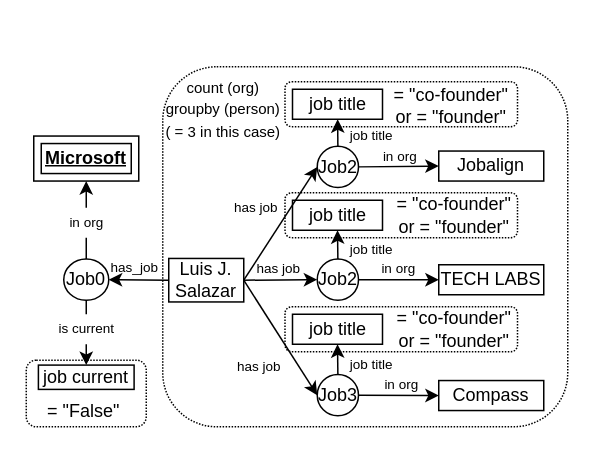
The draw.io diagram complicated_example.drawio in SilvesterYu/FinQA_Vis, before the edit. Source tidied: cells renumbered, new cells numbered last; positions are measured from the earlier drawing's top-left corner, leaving out a move shared by most shapes. Both pictures are drawn from the tidied source at 150%, with x=0, y=0 at pixel (26, 66).
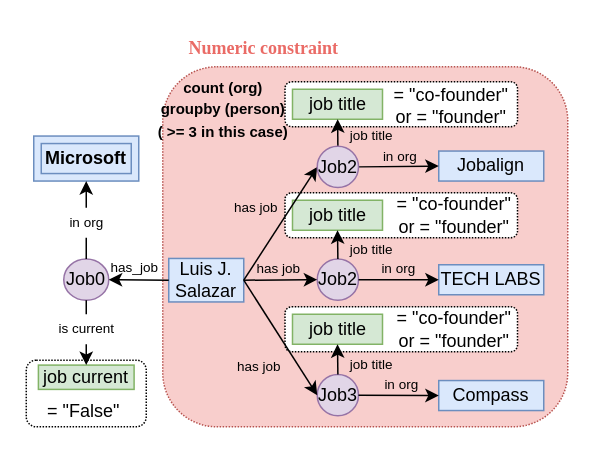
The same diagram, later.

What changed in the source:
```diff
@@
-    <mxCell id="2" style="rounded=1;whiteSpace=wrap;html=1;dashed=1;dashPattern=1 1;" parent="1" vertex="1">
+    <mxCell id="2" style="rounded=1;whiteSpace=wrap;html=1;dashed=1;dashPattern=1 1;fillColor=#f8cecc;strokeColor=#b85450;" parent="1" vertex="1">
       <mxGeometry x="91" width="270" height="240" as="geometry" />
     </mxCell>
@@
-    <mxCell id="7" style="rounded=0;whiteSpace=wrap;html=1;fontSize=18;" parent="1" vertex="1">
+    <mxCell id="7" style="rounded=0;whiteSpace=wrap;html=1;fontSize=18;fillColor=#dae8fc;strokeColor=#6c8ebf;" parent="1" vertex="1">
       <mxGeometry x="5" y="46.2" width="70" height="30" as="geometry" />
     </mxCell>
-    <mxCell id="8" value="&lt;font style=&quot;font-size: 12px;&quot;&gt;&lt;b&gt;&lt;u&gt;Microsoft&lt;/u&gt;&lt;/b&gt;&lt;/font&gt;" style="rounded=0;whiteSpace=wrap;html=1;" parent="1" vertex="1">
+    <mxCell id="8" value="&lt;font style=&quot;font-size: 12px;&quot;&gt;&lt;b&gt;Microsoft&lt;/b&gt;&lt;/font&gt;" style="rounded=0;whiteSpace=wrap;html=1;fillColor=#dae8fc;strokeColor=#6c8ebf;" parent="1" vertex="1">
       <mxGeometry x="10" y="51.2" width="60" height="20" as="geometry" />
     </mxCell>
-    <mxCell id="9" value="&lt;font style=&quot;font-size: 12px;&quot;&gt;job current&lt;/font&gt;" style="rounded=0;whiteSpace=wrap;html=1;fontSize=10;strokeWidth=1;" parent="1" vertex="1">
+    <mxCell id="9" value="&lt;font style=&quot;font-size: 12px;&quot;&gt;job current&lt;/font&gt;" style="rounded=0;whiteSpace=wrap;html=1;fontSize=10;strokeWidth=1;fillColor=#d5e8d4;strokeColor=#82b366;" parent="1" vertex="1">
       <mxGeometry x="8.1" y="198.9" width="63.8" height="16.2" as="geometry" />
     </mxCell>
@@
-    <mxCell id="11" value="Job0" style="ellipse;whiteSpace=wrap;html=1;" parent="1" vertex="1">
+    <mxCell id="11" value="Job0" style="ellipse;whiteSpace=wrap;html=1;fillColor=#e1d5e7;strokeColor=#9673a6;" parent="1" vertex="1">
       <mxGeometry x="25" y="128.2" width="30" height="27.5" as="geometry" />
     </mxCell>
@@
-    <mxCell id="13" value="Job2" style="ellipse;whiteSpace=wrap;html=1;" parent="1" vertex="1">
+    <mxCell id="13" value="Job2" style="ellipse;whiteSpace=wrap;html=1;fillColor=#e1d5e7;strokeColor=#9673a6;" parent="1" vertex="1">
       <mxGeometry x="194" y="128.2" width="27.5" height="27.5" as="geometry" />
     </mxCell>
-    <mxCell id="14" value="Job3" style="ellipse;whiteSpace=wrap;html=1;" parent="1" vertex="1">
+    <mxCell id="14" value="Job3" style="ellipse;whiteSpace=wrap;html=1;fillColor=#e1d5e7;strokeColor=#9673a6;" parent="1" vertex="1">
       <mxGeometry x="194" y="205.2" width="27.5" height="27.5" as="geometry" />
     </mxCell>
@@
-    <mxCell id="19" value="&lt;font style=&quot;font-size: 12px;&quot;&gt;job title&lt;/font&gt;" style="rounded=0;whiteSpace=wrap;html=1;" parent="1" vertex="1">
+    <mxCell id="19" value="&lt;font style=&quot;font-size: 12px;&quot;&gt;job title&lt;/font&gt;" style="rounded=0;whiteSpace=wrap;html=1;fillColor=#d5e8d4;strokeColor=#82b366;" parent="1" vertex="1">
       <mxGeometry x="177.5" y="15" width="60" height="20" as="geometry" />
     </mxCell>
-    <mxCell id="20" value="job title" style="rounded=0;whiteSpace=wrap;html=1;" parent="1" vertex="1">
+    <mxCell id="20" value="job title" style="rounded=0;whiteSpace=wrap;html=1;fillColor=#d5e8d4;strokeColor=#82b366;" parent="1" vertex="1">
       <mxGeometry x="177.5" y="165" width="60" height="20" as="geometry" />
     </mxCell>
-    <mxCell id="21" value="job title" style="rounded=0;whiteSpace=wrap;html=1;" parent="1" vertex="1">
+    <mxCell id="21" value="job title" style="rounded=0;whiteSpace=wrap;html=1;fillColor=#d5e8d4;strokeColor=#82b366;" parent="1" vertex="1">
       <mxGeometry x="177.5" y="89" width="60" height="20" as="geometry" />
     </mxCell>
@@
-    <mxCell id="29" value="&lt;font style=&quot;font-size: 12px;&quot;&gt;Jobalign&lt;/font&gt;" style="rounded=0;whiteSpace=wrap;html=1;" parent="1" vertex="1">
+    <mxCell id="29" value="&lt;font style=&quot;font-size: 12px;&quot;&gt;Jobalign&lt;/font&gt;" style="rounded=0;whiteSpace=wrap;html=1;fillColor=#dae8fc;strokeColor=#6c8ebf;" parent="1" vertex="1">
       <mxGeometry x="275" y="56.2" width="70" height="20" as="geometry" />
     </mxCell>
@@
-    <mxCell id="32" value="&lt;font style=&quot;font-size: 10px;&quot;&gt;count (org)&lt;br&gt;groupby (person)&lt;br&gt;( = 3 in this case)&lt;/font&gt;" style="text;html=1;align=center;verticalAlign=middle;strokeColor=none;fillColor=none;fontSize=12;" parent="1" vertex="1">
-      <mxGeometry x="85.5" y="3" width="90" height="50" as="geometry" />
+    <mxCell id="32" value="&lt;font style=&quot;font-size: 10px;&quot;&gt;&lt;b&gt;count (org)&lt;br&gt;groupby (person)&lt;br&gt;( &amp;gt;= 3 in this case)&lt;/b&gt;&lt;/font&gt;" style="text;html=1;align=center;verticalAlign=middle;strokeColor=none;fillColor=none;fontSize=12;" parent="1" vertex="1">
+      <mxGeometry x="75.5" y="-2" width="110" height="60" as="geometry" />
     </mxCell>
-    <mxCell id="33" value="&lt;font style=&quot;font-size: 12px;&quot;&gt;Luis J.&lt;br&gt;Salazar&lt;/font&gt;" style="rounded=0;whiteSpace=wrap;html=1;" parent="1" vertex="1">
+    <mxCell id="33" value="&lt;font style=&quot;font-size: 12px;&quot;&gt;Luis J.&lt;br&gt;Salazar&lt;/font&gt;" style="rounded=0;whiteSpace=wrap;html=1;fillColor=#dae8fc;strokeColor=#6c8ebf;" parent="1" vertex="1">
       <mxGeometry x="95" y="127.8" width="50" height="29" as="geometry" />
     </mxCell>
@@
-    <mxCell id="35" value="&lt;font style=&quot;font-size: 12px;&quot;&gt;TECH LABS&lt;/font&gt;" style="rounded=0;whiteSpace=wrap;html=1;" parent="1" vertex="1">
+    <mxCell id="35" value="&lt;font style=&quot;font-size: 12px;&quot;&gt;TECH LABS&lt;/font&gt;" style="rounded=0;whiteSpace=wrap;html=1;fillColor=#dae8fc;strokeColor=#6c8ebf;" parent="1" vertex="1">
       <mxGeometry x="275" y="132" width="70" height="20" as="geometry" />
     </mxCell>
-    <mxCell id="36" value="&lt;font style=&quot;font-size: 12px;&quot;&gt;Compass&lt;/font&gt;" style="rounded=0;whiteSpace=wrap;html=1;" parent="1" vertex="1">
+    <mxCell id="36" value="&lt;font style=&quot;font-size: 12px;&quot;&gt;Compass&lt;/font&gt;" style="rounded=0;whiteSpace=wrap;html=1;fillColor=#dae8fc;strokeColor=#6c8ebf;" parent="1" vertex="1">
       <mxGeometry x="275" y="209.2" width="70" height="20" as="geometry" />
     </mxCell>
@@
-    <mxCell id="49" value="Job2" style="ellipse;whiteSpace=wrap;html=1;" parent="1" vertex="1">
+    <mxCell id="49" value="Job2" style="ellipse;whiteSpace=wrap;html=1;fillColor=#e1d5e7;strokeColor=#9673a6;" parent="1" vertex="1">
       <mxGeometry x="194" y="53" width="27.5" height="27.5" as="geometry" />
     </mxCell>
@@
+    <mxCell id="54" value="&lt;font color=&quot;#ea6b66&quot; face=&quot;Times New Roman&quot;&gt;&lt;b&gt;Numeric constraint&lt;/b&gt;&lt;/font&gt;" style="text;html=1;strokeColor=none;fillColor=none;align=center;verticalAlign=middle;whiteSpace=wrap;rounded=0;" parent="1" vertex="1">
+      <mxGeometry x="100.5" y="-27" width="114.5" height="30" as="geometry" />
+    </mxCell>
```
